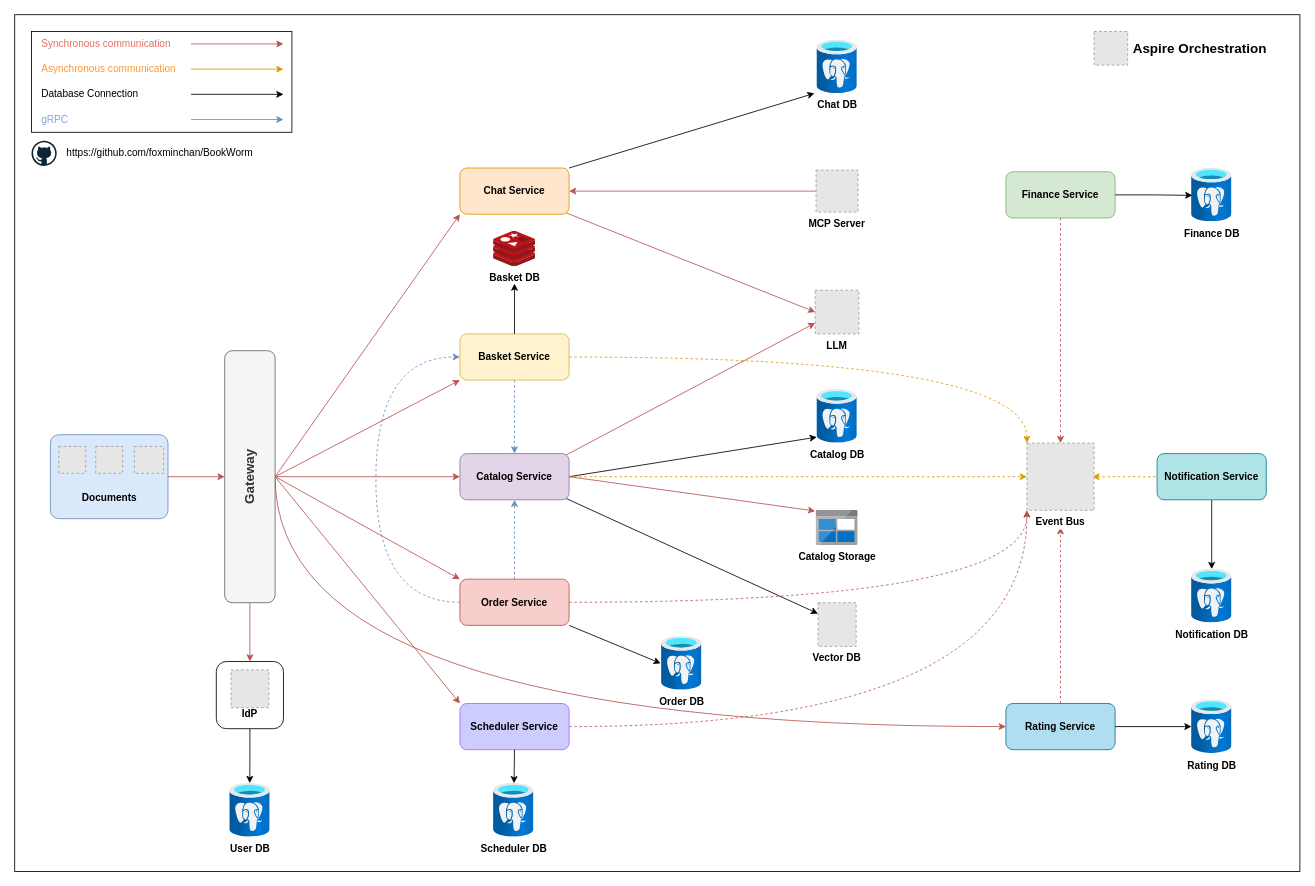
foxminchan/BookWorm keeps this draw.io diagram as assets/BookWorm.drawio. Above is the earlier version. Source tidied: cells renumbered, new cells numbered last; positions are measured from the earlier drawing's top-left corner, leaving out a move shared by most shapes. Both pictures are drawn from the tidied source at 84%, with x=0, y=0 at pixel (14, 14). Pictures stored in the file or linked from it are replaced by grey dashed boxes.
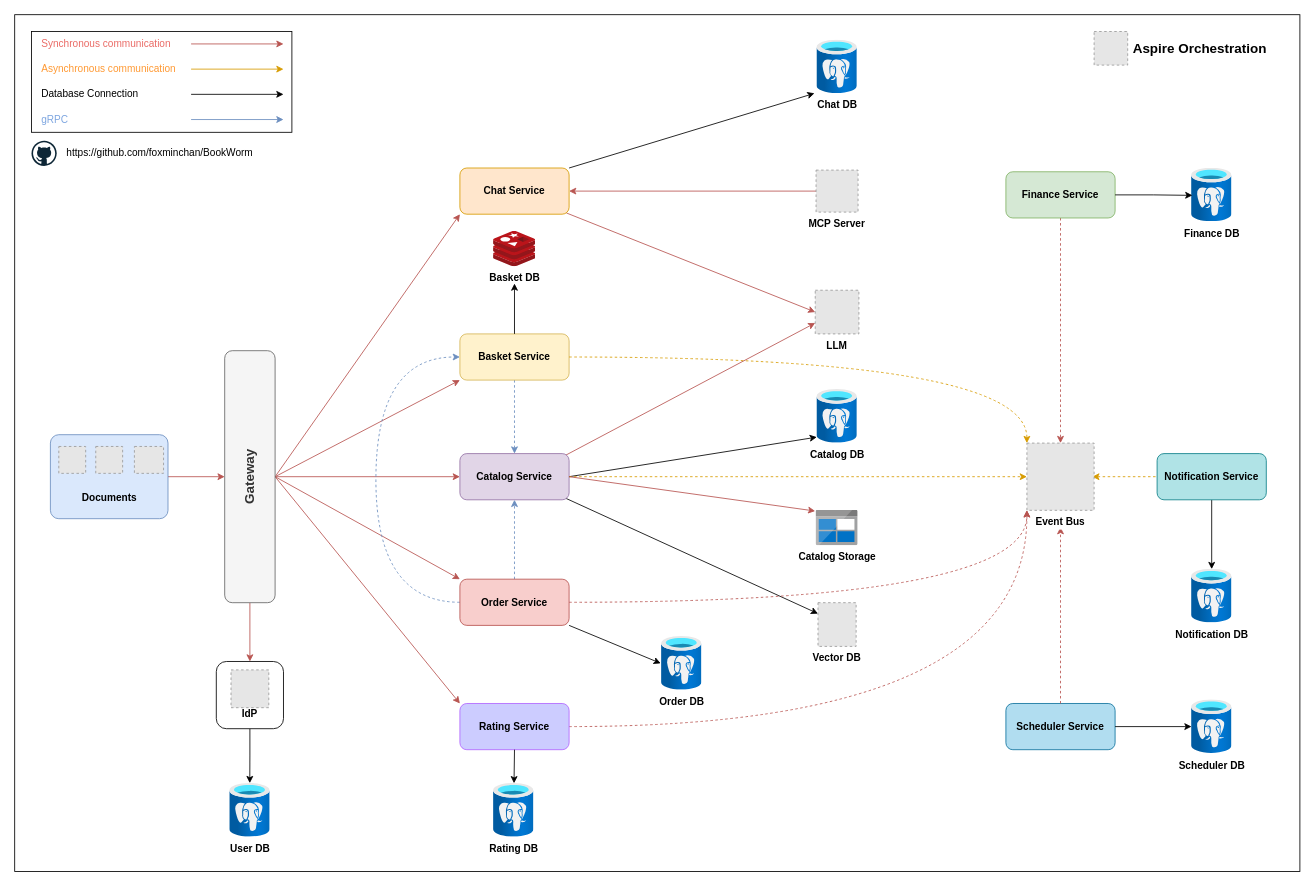
After the change.

The change refers to these unchanged cells:
```xml
<mxCell id="10" value="&lt;font style=&quot;font-size: 16px;&quot;&gt;Gateway&lt;/font&gt;" style="rounded=1;whiteSpace=wrap;html=1;fontStyle=1;textDirection=vertical-rl;rotation=-180;fillColor=#f5f5f5;strokeColor=#666666;fontColor=#333333;" parent="1" vertex="1">
  <mxGeometry x="250" y="400" width="60" height="300" as="geometry" />
</mxCell>
```

The edit, as a diff of the source:
```diff
@@
-    <mxCell id="9" style="edgeStyle=orthogonalEdgeStyle;rounded=0;jettySize=auto;html=1;exitX=0;exitY=0.5;exitDx=0;exitDy=0;entryX=0;entryY=0.5;entryDx=0;entryDy=0;curved=1;strokeColor=#B85450;" parent="1" edge="1" source="10" target="28">
-      <mxGeometry relative="1" as="geometry">
-        <Array as="points">
-          <mxPoint x="310" y="848" />
-        </Array>
-      </mxGeometry>
-    </mxCell>
@@
-    <mxCell id="28" value="Rating Service" style="rounded=1;whiteSpace=wrap;html=1;fontStyle=1;fillColor=#b1ddf0;strokeColor=#10739e;" parent="1" vertex="1">
+    <mxCell id="28" value="Scheduler Service" style="rounded=1;whiteSpace=wrap;html=1;fontStyle=1;fillColor=#b1ddf0;strokeColor=#10739e;" parent="1" vertex="1">
       <mxGeometry x="1180" y="820" width="130" height="55" as="geometry" />
     </mxCell>
@@
-    <mxCell id="43" value="Rating DB" style="image;html=1;points=[];align=center;fontSize=12;image=img/lib/azure2/databases/Azure_Database_PostgreSQL_Server.svg;fontStyle=1;" parent="1" vertex="1">
+    <mxCell id="43" value="Scheduler DB" style="image;html=1;points=[];align=center;fontSize=12;image=img/lib/azure2/databases/Azure_Database_PostgreSQL_Server.svg;fontStyle=1;" parent="1" vertex="1">
       <mxGeometry x="1401" y="815.5" width="48" height="64" as="geometry" />
     </mxCell>
@@
-    <mxCell id="77" value="Scheduler Service" style="rounded=1;whiteSpace=wrap;html=1;fontStyle=1;fillColor=#CCCCFF;strokeColor=#B266FF;fontColor=#000000;" parent="1" vertex="1">
+    <mxCell id="77" value="Rating Service" style="rounded=1;whiteSpace=wrap;html=1;fontStyle=1;fillColor=#CCCCFF;strokeColor=#B266FF;fontColor=#000000;" parent="1" vertex="1">
       <mxGeometry x="530" y="820" width="130" height="55" as="geometry" />
     </mxCell>
-    <mxCell id="78" value="Scheduler DB" style="image;html=1;points=[];align=center;fontSize=12;image=img/lib/azure2/databases/Azure_Database_PostgreSQL_Server.svg;fontStyle=1;" parent="1" vertex="1">
+    <mxCell id="78" value="Rating DB" style="image;html=1;points=[];align=center;fontSize=12;image=img/lib/azure2/databases/Azure_Database_PostgreSQL_Server.svg;fontStyle=1;" parent="1" vertex="1">
       <mxGeometry x="570" y="915" width="48" height="64" as="geometry" />
     </mxCell>
```
